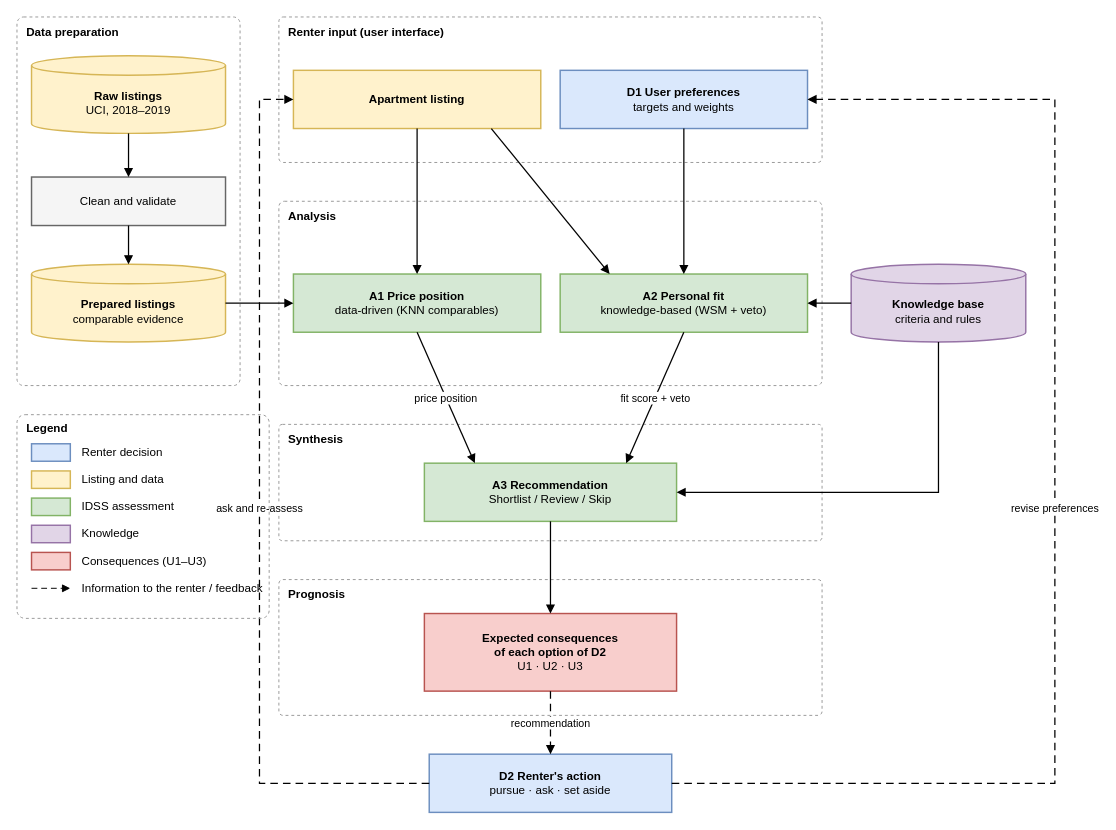
Before: report/figures/rentwise_architecture.drawio in OmarMorales71/rentwise-idss, a draw.io diagram. Source tidied: cells renumbered, new cells numbered last; positions are measured from the earlier drawing's top-left corner, leaving out a move shared by most shapes. Both pictures are drawn from the tidied source at 97%, with x=0, y=0 at pixel (16, 16).
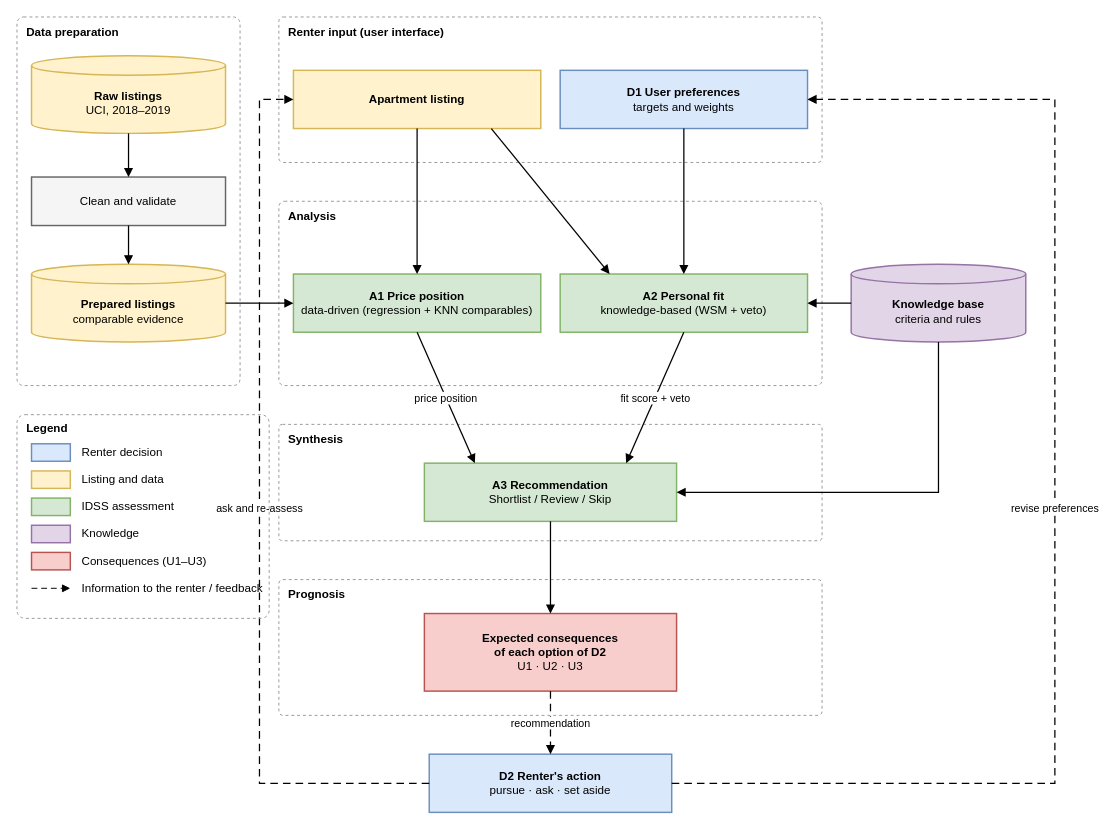
The same page after the edit.

Commit message (it also covers changes not shown here):
change KNN for regression plus KNN

What changed in the source:
```diff
@@
-    <mxCell id="12" value="&lt;b&gt;A1 Price position&lt;/b&gt;&lt;br&gt;data-driven (KNN comparables)" style="rounded=0;fillColor=#d5e8d4;strokeColor=#82b366;strokeWidth=1.5;fontFamily=Helvetica;fontSize=12;whiteSpace=wrap;html=1;" parent="1" vertex="1">
+    <mxCell id="12" value="&lt;b&gt;A1 Price position&lt;/b&gt;&lt;br&gt;data-driven (regression + KNN comparables)" style="rounded=0;fillColor=#d5e8d4;strokeColor=#82b366;strokeWidth=1.5;fontFamily=Helvetica;fontSize=12;whiteSpace=wrap;html=1;" parent="1" vertex="1">
       <mxGeometry x="285" y="265" width="255" height="60" as="geometry" />
     </mxCell>
```
